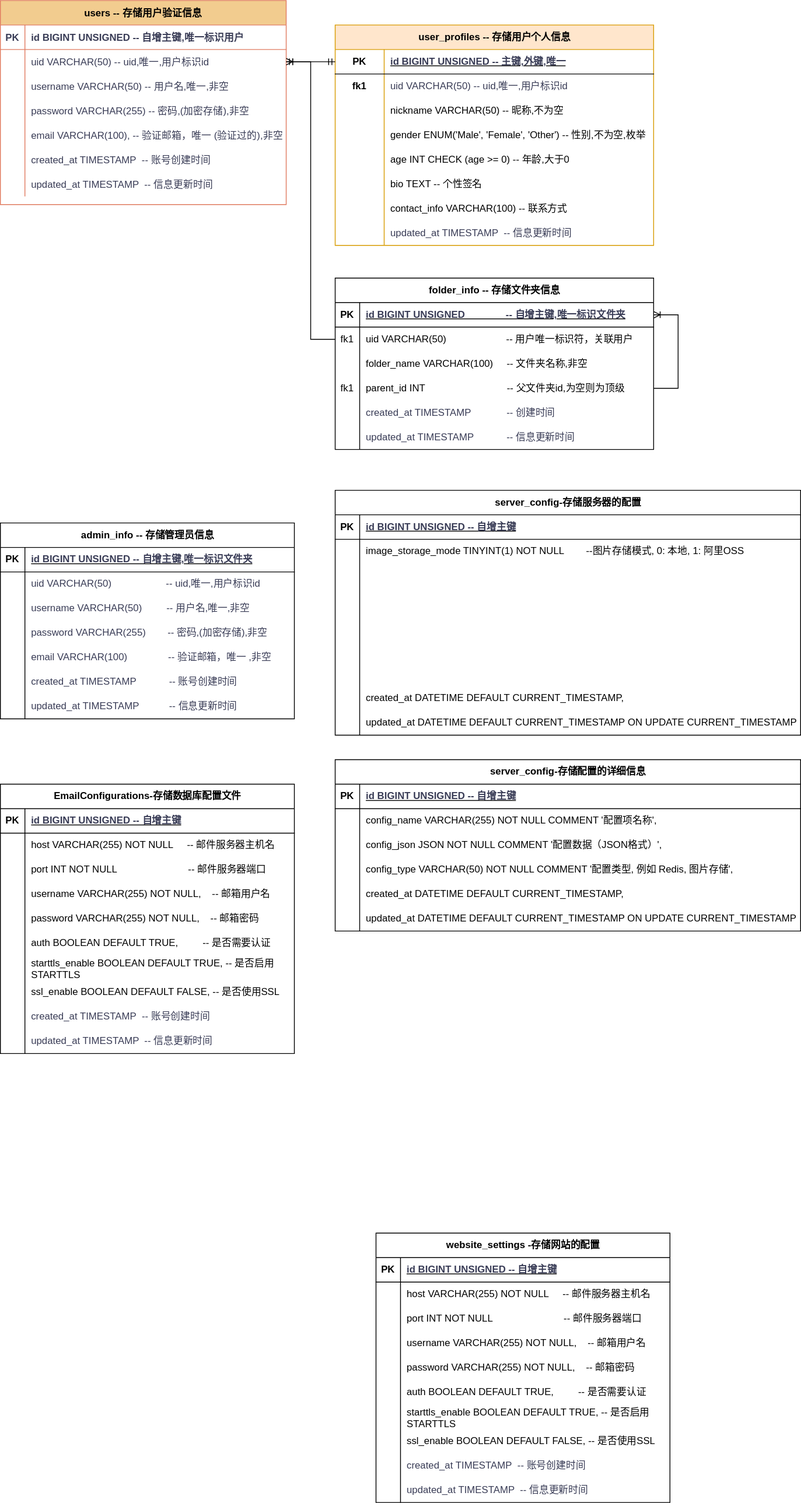
Before: DesignDocs/数据库E-R图.svg, a diagram exported from draw.io (holic512/CatNote). Source tidied: cells renumbered, new cells last; positions are measured from the earlier drawing's top-left corner, leaving out a move shared by most shapes.
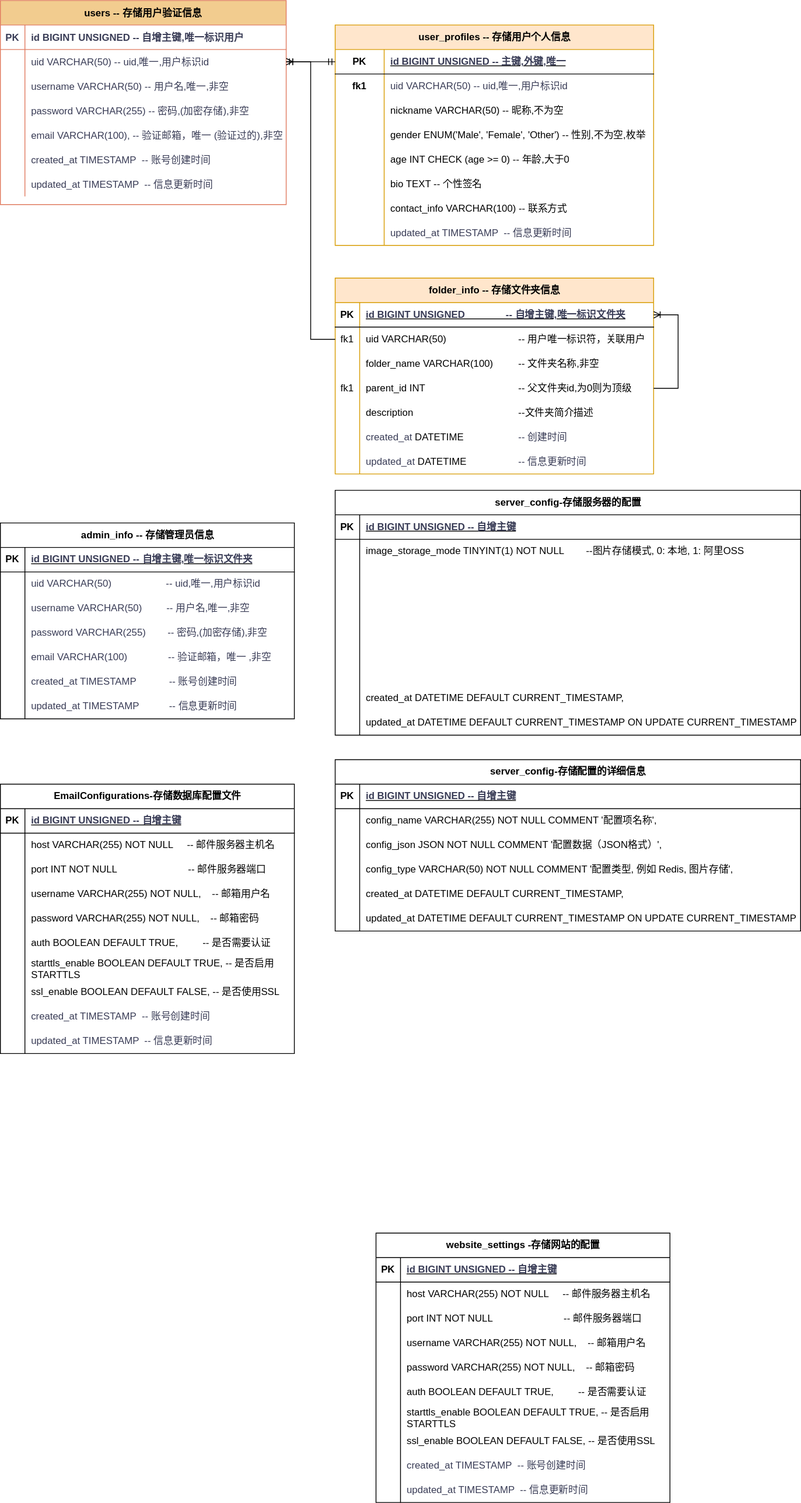
Above is the later version.

Diff of the diagram source:
```diff
@@ -146,8 +146,8 @@
     <mxCell id="49" style="edgeStyle=entityRelationEdgeStyle;fontSize=12;html=1;endArrow=ERmandOne;startArrow=ERmandOne;rounded=0;exitX=1;exitY=0.5;exitDx=0;exitDy=0;entryX=0;entryY=0.5;entryDx=0;entryDy=0;" parent="1" edge="1" source="6" target="25">
       <mxGeometry relative="1" as="geometry" />
     </mxCell>
-    <mxCell id="50" value="folder_info -- 存储文件夹信息" style="shape=table;startSize=30;rowLines=0;fontStyle=1;align=center;html=1;fontColor=default;" parent="1" vertex="1">
-      <mxGeometry x="410" y="340" width="390" height="210" as="geometry" />
+    <mxCell id="50" value="folder_info -- 存储文件夹信息" style="shape=table;startSize=30;rowLines=0;fontStyle=1;align=center;html=1;fillColor=#ffe6cc;strokeColor=#d79b00;" parent="1" vertex="1">
+      <mxGeometry x="410" y="340" width="390" height="240" as="geometry" />
     </mxCell>
     <mxCell id="51" style="shape=tableRow;horizontal=0;startSize=0;swimlaneHead=0;swimlaneBody=0;fillColor=none;points=[[0,0.5],[1,0.5]];portConstraint=eastwest;top=0;left=0;right=0;bottom=1;" parent="50" vertex="1">
       <mxGeometry y="30" width="390" height="30" as="geometry" />
@@ -164,7 +164,7 @@
     <mxCell id="55" value="fk1" style="shape=partialRectangle;fillColor=none;top=0;left=0;bottom=0;right=0;overflow=hidden;whiteSpace=wrap;html=1;" parent="54" vertex="1">
       <mxGeometry width="30" height="30" as="geometry" />
     </mxCell>
-    <mxCell id="56" value="uid &lt;span class=&quot;hljs-type&quot;&gt;VARCHAR&lt;/span&gt;(&lt;span class=&quot;hljs-number&quot;&gt;50&lt;/span&gt;)&amp;nbsp; &amp;nbsp; &amp;nbsp; &amp;nbsp; &amp;nbsp; &amp;nbsp; &amp;nbsp; &amp;nbsp; &amp;nbsp; &amp;nbsp; &amp;nbsp; -- 用户唯一标识符，关联用户" style="shape=partialRectangle;fillColor=none;top=0;left=0;bottom=0;right=0;align=left;spacingLeft=6;overflow=hidden;whiteSpace=wrap;html=1;" parent="54" vertex="1">
+    <mxCell id="56" value="uid &lt;span class=&quot;hljs-type&quot;&gt;VARCHAR&lt;/span&gt;(&lt;span class=&quot;hljs-number&quot;&gt;50&lt;/span&gt;)&amp;nbsp; &amp;nbsp; &amp;nbsp; &amp;nbsp; &amp;nbsp; &amp;nbsp; &amp;nbsp; &amp;nbsp; &amp;nbsp; &amp;nbsp; &amp;nbsp; &lt;span style=&quot;white-space: pre;&quot;&gt;&#9;&lt;/span&gt;-- 用户唯一标识符，关联用户" style="shape=partialRectangle;fillColor=none;top=0;left=0;bottom=0;right=0;align=left;spacingLeft=6;overflow=hidden;whiteSpace=wrap;html=1;" parent="54" vertex="1">
       <mxGeometry x="30" width="360" height="30" as="geometry" />
     </mxCell>
     <mxCell id="57" style="shape=tableRow;horizontal=0;startSize=0;swimlaneHead=0;swimlaneBody=0;fillColor=none;top=0;left=0;right=0;bottom=0;" parent="50" vertex="1">
@@ -173,7 +173,7 @@
     <mxCell id="58" style="shape=partialRectangle;fillColor=none;top=0;left=0;bottom=0;right=0;overflow=hidden;whiteSpace=wrap;html=1;" parent="57" vertex="1">
       <mxGeometry width="30" height="30" as="geometry" />
     </mxCell>
-    <mxCell id="59" value="folder_name &lt;span class=&quot;hljs-type&quot;&gt;VARCHAR&lt;/span&gt;(&lt;span class=&quot;hljs-number&quot;&gt;100&lt;/span&gt;)&amp;nbsp; &amp;nbsp; &amp;nbsp;&lt;span class=&quot;hljs-comment&quot;&gt;-- 文件夹名称,非空&lt;/span&gt;" style="shape=partialRectangle;fillColor=none;top=0;left=0;bottom=0;right=0;align=left;spacingLeft=6;overflow=hidden;whiteSpace=wrap;html=1;" parent="57" vertex="1">
+    <mxCell id="59" value="folder_name &lt;span class=&quot;hljs-type&quot;&gt;VARCHAR&lt;/span&gt;(&lt;span class=&quot;hljs-number&quot;&gt;100&lt;/span&gt;)&amp;nbsp; &amp;nbsp; &lt;span style=&quot;white-space: pre;&quot;&gt;&#9;&lt;/span&gt;&lt;span class=&quot;hljs-comment&quot;&gt;-- 文件夹名称,非空&lt;/span&gt;" style="shape=partialRectangle;fillColor=none;top=0;left=0;bottom=0;right=0;align=left;spacingLeft=6;overflow=hidden;whiteSpace=wrap;html=1;" parent="57" vertex="1">
       <mxGeometry x="30" width="360" height="30" as="geometry" />
     </mxCell>
     <mxCell id="60" style="shape=tableRow;horizontal=0;startSize=0;swimlaneHead=0;swimlaneBody=0;fillColor=none;points=[[0,0.5],[1,0.5]];portConstraint=eastwest;top=0;left=0;right=0;bottom=0;" parent="50" vertex="1">
@@ -182,7 +182,7 @@
     <mxCell id="61" value="fk1" style="shape=partialRectangle;fillColor=none;top=0;left=0;bottom=0;right=0;overflow=hidden;whiteSpace=wrap;html=1;" parent="60" vertex="1">
       <mxGeometry width="30" height="30" as="geometry" />
     </mxCell>
-    <mxCell id="62" value="parent_id &lt;span class=&quot;hljs-type&quot;&gt;INT&amp;nbsp; &amp;nbsp; &amp;nbsp; &amp;nbsp; &amp;nbsp; &amp;nbsp; &amp;nbsp; &amp;nbsp; &amp;nbsp; &amp;nbsp; &amp;nbsp; &amp;nbsp; &amp;nbsp; &amp;nbsp; &amp;nbsp; -- 父文件夹id,为空则为顶级&lt;/span&gt;" style="shape=partialRectangle;fillColor=none;top=0;left=0;bottom=0;right=0;align=left;spacingLeft=6;overflow=hidden;whiteSpace=wrap;html=1;" parent="60" vertex="1">
+    <mxCell id="62" value="parent_id &lt;span class=&quot;hljs-type&quot;&gt;INT&amp;nbsp; &amp;nbsp; &amp;nbsp; &amp;nbsp; &amp;nbsp; &amp;nbsp; &amp;nbsp; &amp;nbsp; &amp;nbsp; &amp;nbsp; &amp;nbsp; &amp;nbsp; &amp;nbsp; &amp;nbsp; &amp;nbsp; &lt;span style=&quot;white-space: pre;&quot;&gt;&#9;&lt;/span&gt;-- 父文件夹id,为0则为顶级&lt;/span&gt;" style="shape=partialRectangle;fillColor=none;top=0;left=0;bottom=0;right=0;align=left;spacingLeft=6;overflow=hidden;whiteSpace=wrap;html=1;" parent="60" vertex="1">
       <mxGeometry x="30" width="360" height="30" as="geometry" />
     </mxCell>
     <mxCell id="63" style="shape=tableRow;horizontal=0;startSize=0;swimlaneHead=0;swimlaneBody=0;fillColor=none;top=0;left=0;right=0;bottom=0;" parent="50" vertex="1">
@@ -191,7 +191,7 @@
     <mxCell id="64" style="shape=partialRectangle;fillColor=none;top=0;left=0;bottom=0;right=0;overflow=hidden;whiteSpace=wrap;html=1;" parent="63" vertex="1">
       <mxGeometry width="30" height="30" as="geometry" />
     </mxCell>
-    <mxCell id="65" value="&lt;span style=&quot;color: rgb(57, 60, 86); text-wrap: nowrap;&quot;&gt;created_at TIMESTAMP&amp;nbsp; &amp;nbsp; &amp;nbsp; &amp;nbsp; &amp;nbsp; &amp;nbsp; &amp;nbsp;-- 创建时间&lt;/span&gt;" style="shape=partialRectangle;fillColor=none;top=0;left=0;bottom=0;right=0;align=left;spacingLeft=6;overflow=hidden;whiteSpace=wrap;html=1;" parent="63" vertex="1">
+    <mxCell id="65" value="description&amp;nbsp; &amp;nbsp; &amp;nbsp; &amp;nbsp;&lt;span style=&quot;white-space: pre;&quot;&gt;&#9;&lt;/span&gt;&lt;span style=&quot;white-space: pre;&quot;&gt;&#9;&lt;/span&gt;&lt;span style=&quot;white-space: pre;&quot;&gt;&#9;&lt;/span&gt;&lt;span style=&quot;white-space: pre;&quot;&gt;&#9;&lt;/span&gt;--文件夹简介描述" style="shape=partialRectangle;fillColor=none;top=0;left=0;bottom=0;right=0;align=left;spacingLeft=6;overflow=hidden;whiteSpace=wrap;html=1;" parent="63" vertex="1">
       <mxGeometry x="30" width="360" height="30" as="geometry" />
     </mxCell>
     <mxCell id="66" style="shape=tableRow;horizontal=0;startSize=0;swimlaneHead=0;swimlaneBody=0;fillColor=none;top=0;left=0;right=0;bottom=0;" parent="50" vertex="1">
@@ -200,9 +200,18 @@
     <mxCell id="67" style="shape=partialRectangle;fillColor=none;top=0;left=0;bottom=0;right=0;overflow=hidden;whiteSpace=wrap;html=1;" parent="66" vertex="1">
       <mxGeometry width="30" height="30" as="geometry" />
     </mxCell>
-    <mxCell id="68" value="&lt;span style=&quot;color: rgb(57, 60, 86); text-wrap: nowrap;&quot;&gt;updated_at TIMESTAMP&amp;nbsp; &amp;nbsp; &amp;nbsp; &amp;nbsp; &amp;nbsp; &amp;nbsp; -- 信息更新时间&lt;/span&gt;" style="shape=partialRectangle;fillColor=none;top=0;left=0;bottom=0;right=0;align=left;spacingLeft=6;overflow=hidden;whiteSpace=wrap;html=1;" parent="66" vertex="1">
+    <mxCell id="68" value="&lt;span style=&quot;color: rgb(57, 60, 86); text-wrap: nowrap;&quot;&gt;created_at&amp;nbsp;&lt;/span&gt;DATETIME&lt;span style=&quot;color: rgb(57, 60, 86); text-wrap: nowrap;&quot;&gt;&amp;nbsp;&amp;nbsp; &amp;nbsp; &amp;nbsp; &amp;nbsp; &amp;nbsp; &amp;nbsp; &lt;span style=&quot;white-space: pre;&quot;&gt;&#9;&lt;/span&gt;-- 创建时间&lt;/span&gt;" style="shape=partialRectangle;fillColor=none;top=0;left=0;bottom=0;right=0;align=left;spacingLeft=6;overflow=hidden;whiteSpace=wrap;html=1;" parent="66" vertex="1">
       <mxGeometry x="30" width="360" height="30" as="geometry" />
     </mxCell>
+    <mxCell id="202" style="shape=tableRow;horizontal=0;startSize=0;swimlaneHead=0;swimlaneBody=0;fillColor=none;top=0;left=0;right=0;bottom=0;" parent="50" vertex="1">
+      <mxGeometry y="210" width="390" height="30" as="geometry" />
+    </mxCell>
+    <mxCell id="203" style="shape=partialRectangle;fillColor=none;top=0;left=0;bottom=0;right=0;overflow=hidden;whiteSpace=wrap;html=1;" parent="202" vertex="1">
+      <mxGeometry width="30" height="30" as="geometry" />
+    </mxCell>
+    <mxCell id="204" value="&lt;span style=&quot;color: rgb(57, 60, 86); text-wrap: nowrap;&quot;&gt;updated_at&amp;nbsp;&lt;/span&gt;DATETIME&lt;span style=&quot;color: rgb(57, 60, 86); text-wrap: nowrap;&quot;&gt;&amp;nbsp;&amp;nbsp; &amp;nbsp; &amp;nbsp; &amp;nbsp; &amp;nbsp; &amp;nbsp;&lt;span style=&quot;white-space: pre;&quot;&gt;&#9;&lt;/span&gt;-- 信息更新时间&lt;/span&gt;" style="shape=partialRectangle;fillColor=none;top=0;left=0;bottom=0;right=0;align=left;spacingLeft=6;overflow=hidden;whiteSpace=wrap;html=1;" parent="202" vertex="1">
+      <mxGeometry x="30" width="360" height="30" as="geometry" />
+    </mxCell>
     <mxCell id="69" style="edgeStyle=entityRelationEdgeStyle;fontSize=12;html=1;endArrow=ERoneToMany;rounded=0;exitX=1;exitY=0.5;exitDx=0;exitDy=0;entryX=1;entryY=0.5;entryDx=0;entryDy=0;" parent="50" edge="1" source="60" target="51">
       <mxGeometry relative="1" as="geometry" />
     </mxCell>
```
